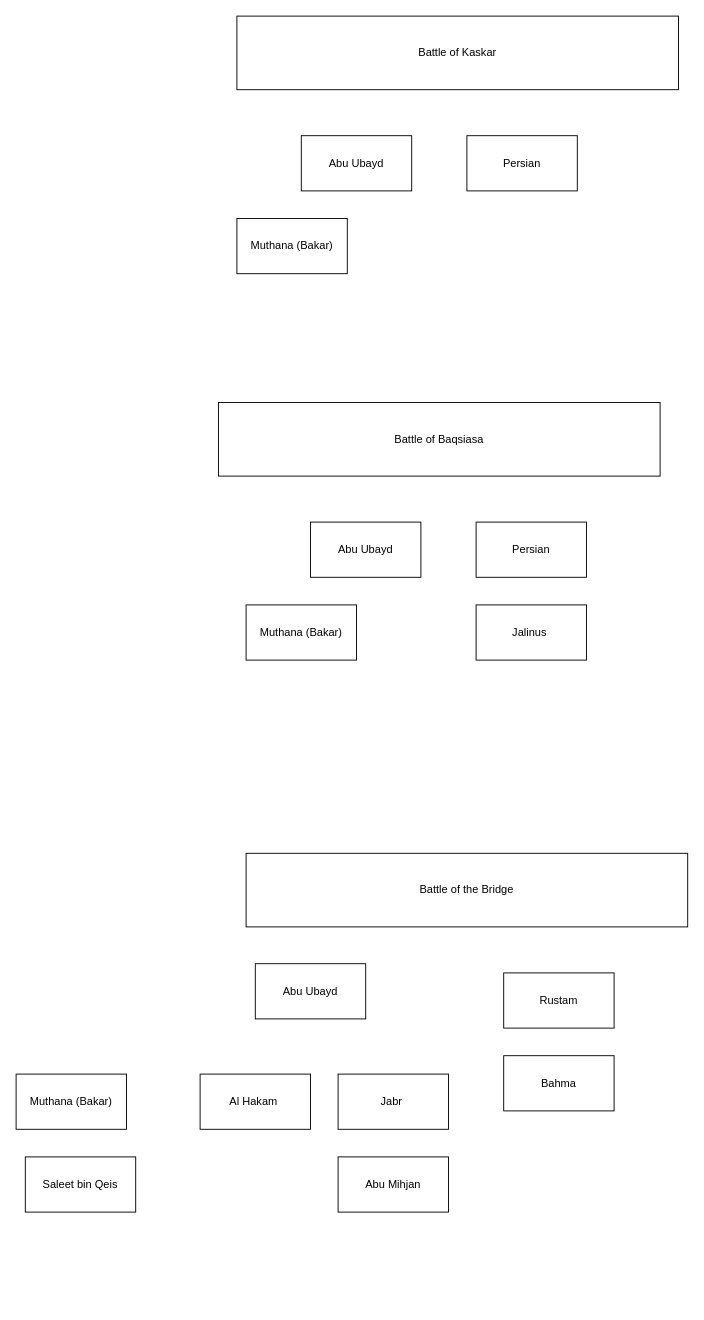
Above: page "Umar" (3 of 51) of Islam Groupings.drawio in azryzdy/hobbies (draw.io), before the change. Source tidied: cells renumbered, new cells numbered last; positions are measured from the earlier drawing's top-left corner, leaving out a move shared by most shapes. Both pictures are drawn from the tidied source at 92%, with x=0, y=0 at pixel (16, 16).
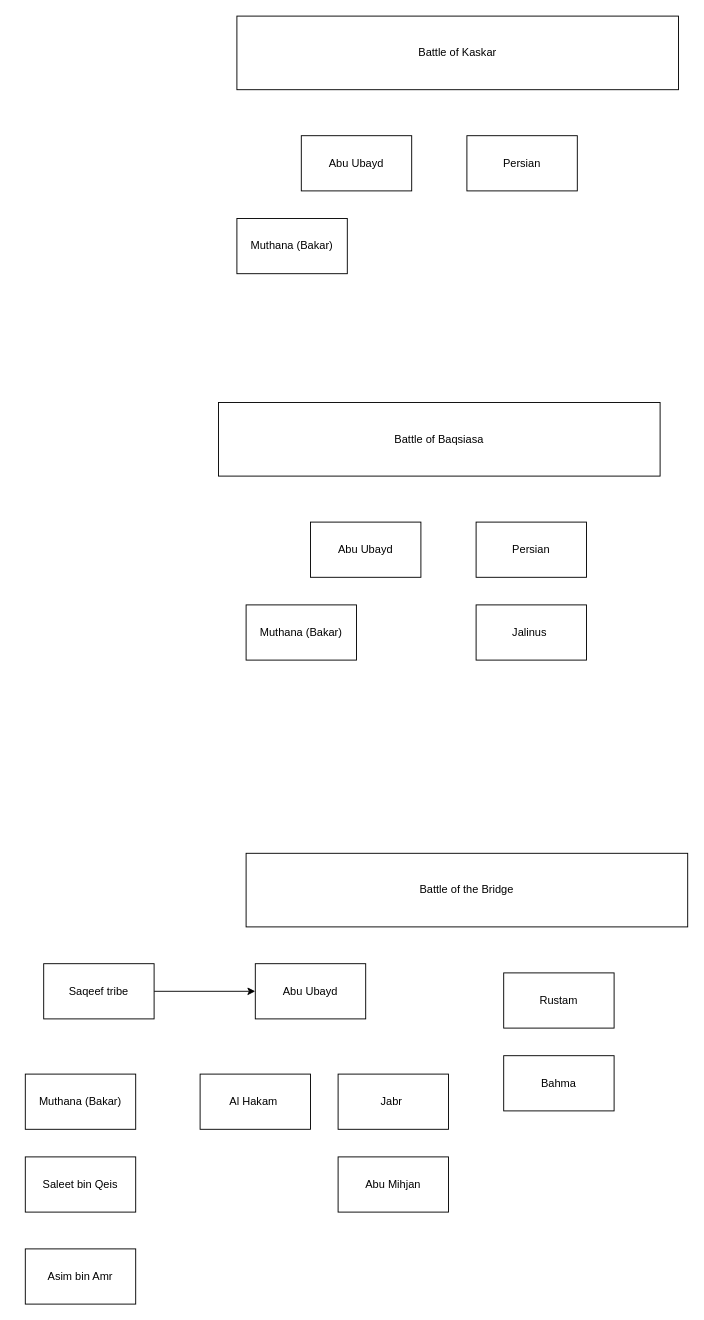
Above is the later version.

Unchanged cells that the change refers to:
```xml
<mxCell id="14" value="Abu Ubayd" style="rounded=0;whiteSpace=wrap;html=1;" parent="1" vertex="1">
  <mxGeometry x="260" y="1030" width="120" height="60" as="geometry" />
</mxCell>
```

What changed in the source:
```diff
@@
     <mxCell id="13" value="Muthana (Bakar)" style="rounded=0;whiteSpace=wrap;html=1;" parent="1" vertex="1">
-      <mxGeometry y="1150" width="120" height="60" as="geometry" />
+      <mxGeometry x="10" y="1150" width="120" height="60" as="geometry" />
     </mxCell>
@@
+    <mxCell id="20" style="edgeStyle=orthogonalEdgeStyle;rounded=0;jettySize=auto;html=1;entryX=0;entryY=0.5;entryDx=0;entryDy=0;defaultLabelBackgroundColor=page;" parent="1" edge="1" source="21" target="14">
+      <mxGeometry relative="1" as="geometry" />
+    </mxCell>
+    <mxCell id="21" value="Saqeef tribe" style="rounded=0;whiteSpace=wrap;html=1;" parent="1" vertex="1">
+      <mxGeometry x="30" y="1030" width="120" height="60" as="geometry" />
+    </mxCell>
+    <mxCell id="22" value="Asim bin Amr" style="rounded=0;whiteSpace=wrap;html=1;" parent="1" vertex="1">
+      <mxGeometry x="10" y="1340" width="120" height="60" as="geometry" />
+    </mxCell>
```
